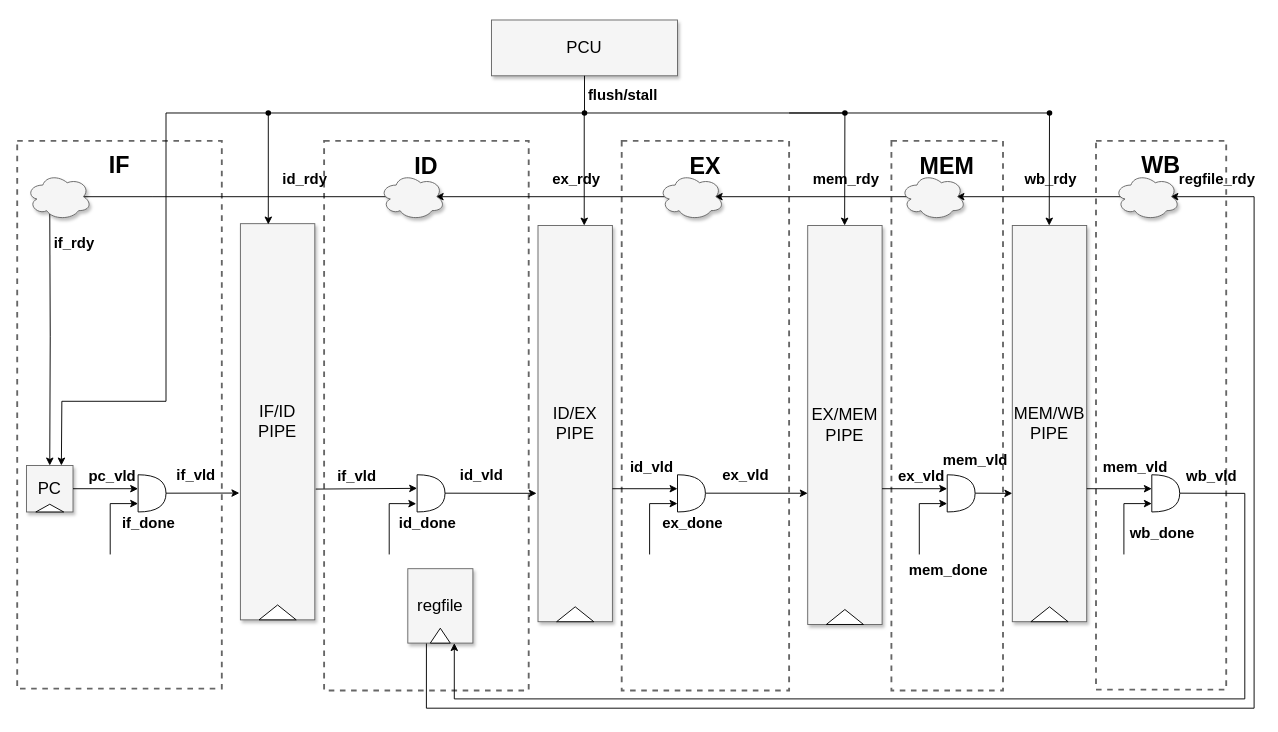
Above: doc/.assets/k423_pipeline.drawio in chms7/k423 (draw.io), before the change. Source tidied: cells renumbered, new cells numbered last; positions are measured from the earlier drawing's top-left corner, leaving out a move shared by most shapes. Both pictures are drawn from the tidied source at 93%, with x=0, y=0 at pixel (17, 20).
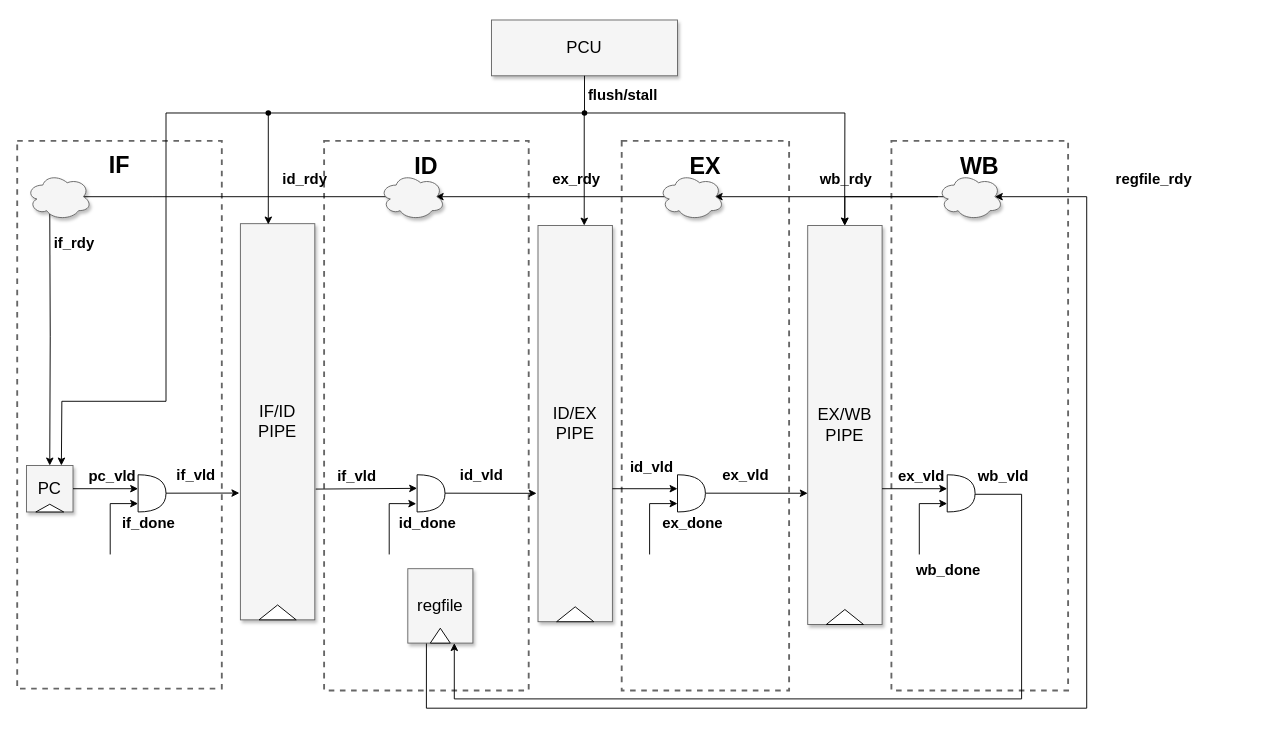
The same diagram, later.

Unchanged cells that the change refers to:
```xml
<mxCell id="17" style="group;" parent="1" vertex="1">
  <mxGeometry x="850" y="221" width="80" height="429" as="geometry" />
</mxCell>
<mxCell id="29" style="endArrow=classic;html=1;rounded=0;entryX=1;entryY=0.5;entryDx=0;entryDy=0;exitX=0;exitY=0.5;exitDx=0;exitDy=0;" parent="1" edge="1">
  <mxGeometry relative="1" as="geometry">
    <mxPoint x="990" y="190" as="sourcePoint" />
    <mxPoint x="750" y="190" as="targetPoint" />
  </mxGeometry>
</mxCell>
<mxCell id="58" style="endArrow=classic;html=1;rounded=0;exitX=1;exitY=0.5;exitDx=0;exitDy=0;entryX=0.455;entryY=0.653;entryDx=0;entryDy=0;entryPerimeter=0;" parent="1" edge="1">
  <mxGeometry relative="1" as="geometry">
    <mxPoint x="970" y="574.7" as="sourcePoint" />
    <mxPoint x="1000" y="520" as="targetPoint" />
    <Array as="points">
      <mxPoint x="970" y="520" />
    </Array>
  </mxGeometry>
</mxCell>
<mxCell id="71" value="regfile" style="whiteSpace=wrap;html=1;shadow=1;fontSize=18;fillColor=#f5f5f5;strokeColor=#666666;" parent="70" vertex="1">
  <mxGeometry width="70" height="80" as="geometry" />
</mxCell>
```

The edit, as a diff of the source:
```diff
@@
-    <mxCell id="2" value="&lt;b style=&quot;font-size: 25px;&quot;&gt;WB&lt;br&gt;&lt;br&gt;&lt;br&gt;&lt;br&gt;&lt;br&gt;&lt;br&gt;&lt;br&gt;&lt;br&gt;&lt;br&gt;&lt;br&gt;&lt;br&gt;&lt;br&gt;&lt;br&gt;&lt;br&gt;&lt;br&gt;&lt;br&gt;&lt;br&gt;&lt;br&gt;&lt;br&gt;&lt;/b&gt;" style="whiteSpace=wrap;html=1;shadow=0;fontSize=20;fillColor=none;strokeColor=#666666;strokeWidth=2;dashed=1;" parent="1" vertex="1">
-      <mxGeometry x="1160" y="130" width="140" height="590" as="geometry" />
-    </mxCell>
-    <mxCell id="3" value="&lt;b style=&quot;font-size: 25px;&quot;&gt;MEM&lt;br&gt;&lt;br&gt;&lt;br&gt;&lt;br&gt;&lt;br&gt;&lt;br&gt;&lt;br&gt;&lt;br&gt;&lt;br&gt;&lt;br&gt;&lt;br&gt;&lt;br&gt;&lt;br&gt;&lt;br&gt;&lt;br&gt;&lt;br&gt;&lt;br&gt;&lt;br&gt;&lt;br&gt;&lt;/b&gt;" style="whiteSpace=wrap;html=1;shadow=0;fontSize=20;fillColor=none;strokeColor=#666666;strokeWidth=2;dashed=1;" parent="1" vertex="1">
-      <mxGeometry x="940" y="130" width="120" height="591" as="geometry" />
+    <mxCell id="3" value="&lt;b style=&quot;font-size: 25px;&quot;&gt;WB&lt;br&gt;&lt;br&gt;&lt;br&gt;&lt;br&gt;&lt;br&gt;&lt;br&gt;&lt;br&gt;&lt;br&gt;&lt;br&gt;&lt;br&gt;&lt;br&gt;&lt;br&gt;&lt;br&gt;&lt;br&gt;&lt;br&gt;&lt;br&gt;&lt;br&gt;&lt;br&gt;&lt;br&gt;&lt;/b&gt;" style="whiteSpace=wrap;html=1;shadow=0;fontSize=20;fillColor=none;strokeColor=#666666;strokeWidth=2;dashed=1;" parent="1" vertex="1">
+      <mxGeometry x="940" y="130" width="190" height="591" as="geometry" />
     </mxCell>
@@
-    <mxCell id="7" style="group;" parent="1" vertex="1">
-      <mxGeometry x="1070" y="221" width="80" height="503" as="geometry" />
-    </mxCell>
-    <mxCell id="8" value="MEM/WB&lt;br&gt;PIPE" style="whiteSpace=wrap;html=1;shadow=1;fontSize=18;fillColor=#f5f5f5;strokeColor=#666666;" parent="7" vertex="1">
-      <mxGeometry width="80" height="426" as="geometry" />
-    </mxCell>
-    <mxCell id="9" style="triangle;whiteSpace=wrap;html=1;direction=north;" parent="7" vertex="1">
-      <mxGeometry x="20" y="410" width="40" height="16" as="geometry" />
-    </mxCell>
@@
-    <mxCell id="18" value="EX/MEM&lt;br&gt;PIPE" style="whiteSpace=wrap;html=1;shadow=1;fontSize=18;fillColor=#f5f5f5;strokeColor=#666666;" parent="17" vertex="1">
+    <mxCell id="18" value="EX/WB&lt;br&gt;PIPE" style="whiteSpace=wrap;html=1;shadow=1;fontSize=18;fillColor=#f5f5f5;strokeColor=#666666;" parent="17" vertex="1">
       <mxGeometry width="80" height="429" as="geometry" />
     </mxCell>
@@
-    <mxCell id="30" value="&lt;font style=&quot;font-size: 16px;&quot;&gt;&lt;b&gt;mem_rdy&lt;/b&gt;&lt;/font&gt;" style="edgeLabel;html=1;align=center;verticalAlign=middle;labelBackgroundColor=none;" parent="29" vertex="1">
+    <mxCell id="30" value="&lt;font style=&quot;font-size: 16px;&quot;&gt;&lt;b&gt;wb_rdy&lt;/b&gt;&lt;/font&gt;" style="edgeLabel;html=1;align=center;verticalAlign=middle;labelBackgroundColor=none;" parent="29" vertex="1">
       <mxGeometry x="-0.21" y="-1" relative="1" as="geometry">
         <mxPoint x="-5" y="-19" as="offset" />
       </mxGeometry>
     </mxCell>
-    <mxCell id="31" style="endArrow=classic;html=1;rounded=0;entryX=1;entryY=0.5;entryDx=0;entryDy=0;exitX=0;exitY=0.5;exitDx=0;exitDy=0;" parent="1" edge="1">
-      <mxGeometry relative="1" as="geometry">
-        <mxPoint x="1195" y="190" as="sourcePoint" />
-        <mxPoint x="1010" y="190" as="targetPoint" />
-      </mxGeometry>
-    </mxCell>
-    <mxCell id="32" value="&lt;font style=&quot;font-size: 16px;&quot;&gt;&lt;b&gt;wb_rdy&lt;/b&gt;&lt;/font&gt;" style="edgeLabel;html=1;align=center;verticalAlign=middle;labelBackgroundColor=none;" parent="31" vertex="1">
-      <mxGeometry x="-0.21" y="-1" relative="1" as="geometry">
-        <mxPoint x="-12" y="-19" as="offset" />
-      </mxGeometry>
-    </mxCell>
@@
-    <mxCell id="56" style="endArrow=classic;html=1;rounded=0;exitX=1;exitY=0.5;exitDx=0;exitDy=0;" parent="1" edge="1">
-      <mxGeometry relative="1" as="geometry">
-        <mxPoint x="1030" y="508.8" as="sourcePoint" />
-        <mxPoint x="1070" y="509" as="targetPoint" />
-      </mxGeometry>
-    </mxCell>
-    <mxCell id="57" value="&lt;font style=&quot;font-size: 16px;&quot;&gt;&lt;b&gt;mem_vld&lt;/b&gt;&lt;/font&gt;" style="edgeLabel;html=1;align=center;verticalAlign=middle;labelBackgroundColor=none;" parent="56" vertex="1">
-      <mxGeometry x="-0.21" y="-1" relative="1" as="geometry">
-        <mxPoint x="-16" y="-37" as="offset" />
-      </mxGeometry>
-    </mxCell>
@@
-    <mxCell id="59" value="&lt;font style=&quot;font-size: 16px;&quot;&gt;&lt;b&gt;mem_done&lt;/b&gt;&lt;/font&gt;" style="edgeLabel;html=1;align=center;verticalAlign=middle;labelBackgroundColor=none;" parent="58" vertex="1">
+    <mxCell id="59" value="&lt;font style=&quot;font-size: 16px;&quot;&gt;&lt;b&gt;wb_done&lt;/b&gt;&lt;/font&gt;" style="edgeLabel;html=1;align=center;verticalAlign=middle;labelBackgroundColor=none;" parent="58" vertex="1">
       <mxGeometry x="-0.21" y="-1" relative="1" as="geometry">
         <mxPoint x="29" y="49" as="offset" />
       </mxGeometry>
     </mxCell>
@@
-    <mxCell id="61" style="endArrow=classic;html=1;rounded=0;exitX=1;exitY=0.5;exitDx=0;exitDy=0;entryX=0;entryY=0.375;entryDx=0;entryDy=0;entryPerimeter=0;" parent="1" edge="1" target="67">
-      <mxGeometry relative="1" as="geometry">
-        <mxPoint x="1150" y="504" as="sourcePoint" />
-      </mxGeometry>
-    </mxCell>
-    <mxCell id="62" value="&lt;font style=&quot;font-size: 16px;&quot;&gt;&lt;b&gt;mem_vld&lt;/b&gt;&lt;/font&gt;" style="edgeLabel;html=1;align=center;verticalAlign=middle;labelBackgroundColor=none;" parent="61" vertex="1">
-      <mxGeometry x="-0.21" y="-1" relative="1" as="geometry">
-        <mxPoint x="23" y="-26" as="offset" />
-      </mxGeometry>
-    </mxCell>
-    <mxCell id="63" style="endArrow=classic;html=1;rounded=0;exitX=1;exitY=0.5;exitDx=0;exitDy=0;" parent="1" edge="1">
+    <mxCell id="63" style="endArrow=classic;html=1;rounded=0;" parent="1" edge="1">
       <mxGeometry relative="1" as="geometry">
-        <mxPoint x="1250" y="508.8" as="sourcePoint" />
+        <mxPoint x="1030" y="510" as="sourcePoint" />
         <mxPoint x="470" y="670" as="targetPoint" />
         <Array as="points">
-          <mxPoint x="1320" y="509" />
-          <mxPoint x="1320" y="730" />
+          <mxPoint x="1080" y="510" />
+          <mxPoint x="1080" y="730" />
           <mxPoint x="470" y="730" />
         </Array>
       </mxGeometry>
     </mxCell>
     <mxCell id="64" value="&lt;font style=&quot;font-size: 16px;&quot;&gt;&lt;b&gt;wb_vld&lt;/b&gt;&lt;/font&gt;" style="edgeLabel;html=1;align=center;verticalAlign=middle;labelBackgroundColor=none;" parent="63" vertex="1">
-      <mxGeometry x="-0.21" y="-1" relative="1" as="geometry">
-        <mxPoint x="146" y="-240" as="offset" />
+      <mxGeometry x="-0.98" relative="1" as="geometry">
+        <mxPoint x="20" y="-21" as="offset" />
       </mxGeometry>
     </mxCell>
-    <mxCell id="65" style="endArrow=classic;html=1;rounded=0;exitX=1;exitY=0.5;exitDx=0;exitDy=0;entryX=0.455;entryY=0.653;entryDx=0;entryDy=0;entryPerimeter=0;" parent="1" edge="1">
-      <mxGeometry relative="1" as="geometry">
-        <mxPoint x="1190" y="574.7" as="sourcePoint" />
-        <mxPoint x="1220" y="520" as="targetPoint" />
-        <Array as="points">
-          <mxPoint x="1190" y="520" />
-        </Array>
-      </mxGeometry>
-    </mxCell>
-    <mxCell id="66" value="&lt;font style=&quot;font-size: 16px;&quot;&gt;&lt;b&gt;wb_done&lt;/b&gt;&lt;/font&gt;" style="edgeLabel;html=1;align=center;verticalAlign=middle;labelBackgroundColor=none;" parent="65" vertex="1">
-      <mxGeometry x="-0.21" y="-1" relative="1" as="geometry">
-        <mxPoint x="39" y="9" as="offset" />
-      </mxGeometry>
-    </mxCell>
-    <mxCell id="67" style="shape=or;whiteSpace=wrap;html=1;" parent="1" vertex="1">
-      <mxGeometry x="1220" y="489" width="30" height="40" as="geometry" />
-    </mxCell>
-    <mxCell id="68" style="endArrow=classic;html=1;rounded=0;exitX=0.286;exitY=1;exitDx=0;exitDy=0;exitPerimeter=0;" parent="1" edge="1" source="71">
+    <mxCell id="68" style="endArrow=classic;html=1;rounded=0;exitX=0.286;exitY=1;exitDx=0;exitDy=0;exitPerimeter=0;entryX=0.875;entryY=0.5;entryDx=0;entryDy=0;entryPerimeter=0;" parent="1" edge="1" source="71" target="76">
       <mxGeometry relative="1" as="geometry">
-        <mxPoint x="1240" y="190" as="targetPoint" />
         <Array as="points">
           <mxPoint x="440" y="740" />
-          <mxPoint x="1330" y="740" />
-          <mxPoint x="1330" y="190" />
+          <mxPoint x="1150" y="740" />
+          <mxPoint x="1150" y="190" />
         </Array>
       </mxGeometry>
     </mxCell>
@@
+    <mxCell id="88" style="edgeStyle=orthogonalEdgeStyle;rounded=0;jettySize=auto;html=1;exitX=0.143;exitY=0.5;exitDx=0;exitDy=0;exitPerimeter=0;" parent="1" edge="1" source="76" target="18">
+      <mxGeometry relative="1" as="geometry" />
+    </mxCell>
     <mxCell id="76" style="ellipse;shape=cloud;whiteSpace=wrap;html=1;fontSize=18;fillColor=#f5f5f5;strokeColor=#666666;shadow=1;" parent="1" vertex="1">
-      <mxGeometry x="950" y="165" width="70" height="50" as="geometry" />
+      <mxGeometry x="990" y="165" width="70" height="50" as="geometry" />
     </mxCell>
-    <mxCell id="77" style="ellipse;shape=cloud;whiteSpace=wrap;html=1;fontSize=18;fillColor=#f5f5f5;strokeColor=#666666;shadow=1;" parent="1" vertex="1">
-      <mxGeometry x="1180" y="165" width="70" height="50" as="geometry" />
-    </mxCell>
@@
-    <mxCell id="83" style="endArrow=classic;html=1;rounded=0;entryX=0.375;entryY=0.002;entryDx=0;entryDy=0;entryPerimeter=0;" parent="1" edge="1">
-      <mxGeometry relative="1" as="geometry">
-        <mxPoint x="830" y="100" as="sourcePoint" />
-        <mxPoint x="1109.7" y="221" as="targetPoint" />
-        <Array as="points">
-          <mxPoint x="1110" y="100" />
-        </Array>
-      </mxGeometry>
-    </mxCell>
@@
-    <mxCell id="86" style="shape=waypoint;sketch=0;fillStyle=solid;size=6;fillColor=none;perimeter=centerPerimeter;" parent="1" vertex="1">
-      <mxGeometry x="880" y="90" width="20" height="20" as="geometry" />
-    </mxCell>
-    <mxCell id="87" style="shape=waypoint;sketch=0;fillStyle=solid;size=6;fillColor=none;perimeter=centerPerimeter;" parent="1" vertex="1">
-      <mxGeometry x="1100" y="90" width="20" height="20" as="geometry" />
-    </mxCell>
```
